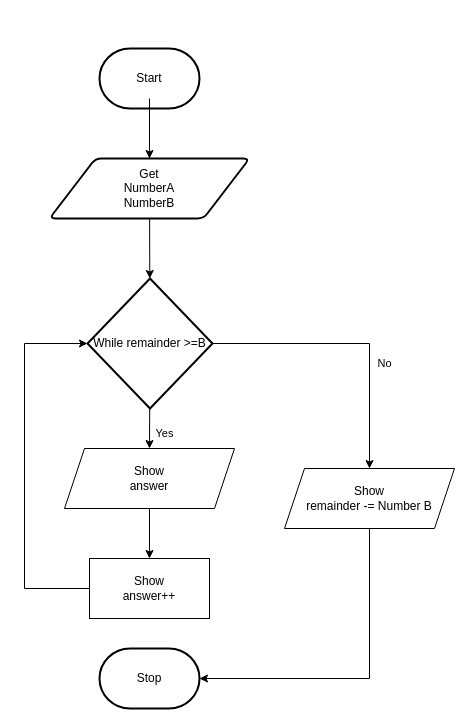
MTHS-ICS2O-2-2022/ICS2O-Unit-5-08-Lucas-Osmond keeps this draw.io diagram as design/flowchart.drawio. Above is the earlier version. Source tidied: cells renumbered, new cells numbered last; positions are measured from the earlier drawing's top-left corner, leaving out a move shared by most shapes. Both pictures are drawn from the tidied source at 100%, with x=0, y=0 at pixel (24, 48).
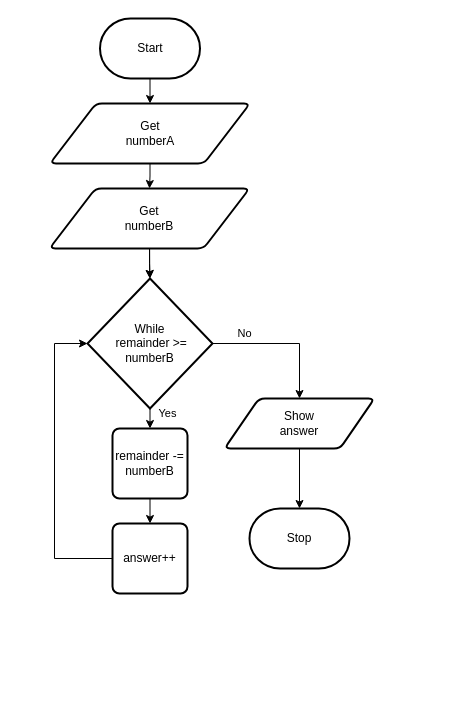
Above is the later version.

What changed in the source:
```diff
@@
-    <mxCell id="2" style="edgeStyle=orthogonalEdgeStyle;html=1;rounded=0;" parent="1" edge="1" source="3">
-      <mxGeometry relative="1" as="geometry">
-        <mxPoint x="125" y="150" as="targetPoint" />
-      </mxGeometry>
-    </mxCell>
+    <mxCell id="19" style="edgeStyle=orthogonalEdgeStyle;rounded=0;html=1;entryX=0.5;entryY=0;entryDx=0;entryDy=0;" parent="1" edge="1" source="3" target="7">
+      <mxGeometry relative="1" as="geometry" />
+    </mxCell>
     <mxCell id="3" value="Start" style="strokeWidth=2;html=1;shape=mxgraph.flowchart.terminator;whiteSpace=wrap;" parent="1" vertex="1">
-      <mxGeometry x="75" width="100" height="60" as="geometry" />
+      <mxGeometry x="75.5" y="-30" width="100" height="60" as="geometry" />
     </mxCell>
-    <mxCell id="4" style="edgeStyle=none;html=1;" parent="1" edge="1" target="7">
-      <mxGeometry relative="1" as="geometry">
-        <mxPoint x="125" y="50" as="sourcePoint" />
-      </mxGeometry>
-    </mxCell>
     <mxCell id="5" value="Stop" style="strokeWidth=2;html=1;shape=mxgraph.flowchart.terminator;whiteSpace=wrap;" parent="1" vertex="1">
-      <mxGeometry x="75" y="600" width="100" height="60" as="geometry" />
+      <mxGeometry x="225" y="460" width="100" height="60" as="geometry" />
     </mxCell>
-    <mxCell id="6" style="edgeStyle=none;html=1;" parent="1" edge="1" source="7" target="10">
+    <mxCell id="6" style="edgeStyle=none;html=1;startArrow=none;" parent="1" edge="1" source="22" target="10">
       <mxGeometry relative="1" as="geometry" />
     </mxCell>
+    <mxCell id="20" style="edgeStyle=orthogonalEdgeStyle;rounded=0;html=1;" parent="1" edge="1" source="7" target="22">
+      <mxGeometry relative="1" as="geometry" />
+    </mxCell>
-    <mxCell id="7" value="Get&lt;br&gt;NumberA&lt;br&gt;NumberB" style="shape=parallelogram;html=1;strokeWidth=2;perimeter=parallelogramPerimeter;whiteSpace=wrap;rounded=1;arcSize=12;size=0.23;" parent="1" vertex="1">
-      <mxGeometry x="25" y="110" width="200" height="60" as="geometry" />
+    <mxCell id="7" value="Get&lt;br&gt;numberA" style="shape=parallelogram;html=1;strokeWidth=2;perimeter=parallelogramPerimeter;whiteSpace=wrap;rounded=1;arcSize=12;size=0.23;" parent="1" vertex="1">
+      <mxGeometry x="25.5" y="55" width="200" height="60" as="geometry" />
     </mxCell>
-    <mxCell id="8" style="html=1;entryX=0.5;entryY=0;entryDx=0;entryDy=0;edgeStyle=orthogonalEdgeStyle;rounded=0;" parent="1" edge="1" source="10" target="14">
+    <mxCell id="8" style="html=1;entryX=0.5;entryY=0;entryDx=0;entryDy=0;edgeStyle=orthogonalEdgeStyle;rounded=0;" parent="1" edge="1" source="10" target="18">
       <mxGeometry relative="1" as="geometry" />
     </mxCell>
-    <mxCell id="9" style="edgeStyle=none;html=1;entryX=0.5;entryY=0;entryDx=0;entryDy=0;" parent="1" edge="1" source="10" target="18">
+    <mxCell id="9" style="edgeStyle=none;html=1;entryX=0.5;entryY=0;entryDx=0;entryDy=0;" parent="1" edge="1" source="10" target="24">
       <mxGeometry relative="1" as="geometry" />
     </mxCell>
-    <mxCell id="10" value="While remainder &amp;gt;=B" style="strokeWidth=2;html=1;shape=mxgraph.flowchart.decision;whiteSpace=wrap;" parent="1" vertex="1">
+    <mxCell id="10" value="While&lt;br&gt;&amp;nbsp;remainder &amp;gt;=&lt;br&gt;numberB" style="strokeWidth=2;html=1;shape=mxgraph.flowchart.decision;whiteSpace=wrap;" parent="1" vertex="1">
       <mxGeometry x="63" y="230" width="125" height="130" as="geometry" />
     </mxCell>
-    <mxCell id="11" style="edgeStyle=orthogonalEdgeStyle;html=1;rounded=0;entryX=0;entryY=0.5;entryDx=0;entryDy=0;entryPerimeter=0;" parent="1" edge="1" source="12" target="10">
-      <mxGeometry relative="1" as="geometry">
-        <Array as="points">
-          <mxPoint y="540" />
-          <mxPoint y="295" />
-        </Array>
-      </mxGeometry>
-    </mxCell>
-    <mxCell id="12" value="Show&lt;br&gt;answer++" style="rounded=0;whiteSpace=wrap;html=1;" parent="1" vertex="1">
-      <mxGeometry x="65" y="510" width="120" height="60" as="geometry" />
-    </mxCell>
-    <mxCell id="13" style="edgeStyle=orthogonalEdgeStyle;html=1;entryX=1;entryY=0.5;entryDx=0;entryDy=0;entryPerimeter=0;rounded=0;" parent="1" edge="1" source="14" target="5">
-      <mxGeometry relative="1" as="geometry">
-        <Array as="points">
-          <mxPoint x="345" y="630" />
-        </Array>
-      </mxGeometry>
-    </mxCell>
-    <mxCell id="14" value="Show&lt;br&gt;remainder -= Number B" style="shape=parallelogram;perimeter=parallelogramPerimeter;whiteSpace=wrap;html=1;fixedSize=1;" parent="1" vertex="1">
-      <mxGeometry x="260" y="420" width="170" height="60" as="geometry" />
-    </mxCell>
     <mxCell id="15" value="Yes" style="text;html=1;align=center;verticalAlign=middle;strokeColor=none;fillColor=none;fontSize=11;fontFamily=Helvetica;fontColor=default;" parent="1" vertex="1">
-      <mxGeometry x="120" y="370" width="40" height="30" as="geometry" />
+      <mxGeometry x="123" y="350" width="40" height="30" as="geometry" />
     </mxCell>
     <mxCell id="16" value="No" style="text;html=1;align=center;verticalAlign=middle;strokeColor=none;fillColor=none;fontSize=11;fontFamily=Helvetica;fontColor=default;" parent="1" vertex="1">
-      <mxGeometry x="340" y="300" width="40" height="30" as="geometry" />
+      <mxGeometry x="200" y="270" width="40" height="30" as="geometry" />
     </mxCell>
-    <mxCell id="17" style="edgeStyle=none;html=1;" parent="1" edge="1" source="18" target="12">
-      <mxGeometry relative="1" as="geometry" />
-    </mxCell>
+    <mxCell id="21" style="edgeStyle=orthogonalEdgeStyle;rounded=0;html=1;" parent="1" edge="1" source="22" target="10">
+      <mxGeometry relative="1" as="geometry" />
+    </mxCell>
+    <mxCell id="22" value="Get&lt;br&gt;numberB" style="shape=parallelogram;html=1;strokeWidth=2;perimeter=parallelogramPerimeter;whiteSpace=wrap;rounded=1;arcSize=12;size=0.23;" parent="1" vertex="1">
+      <mxGeometry x="25" y="140" width="200" height="60" as="geometry" />
+    </mxCell>
+    <mxCell id="23" style="edgeStyle=orthogonalEdgeStyle;rounded=0;html=1;entryX=0.5;entryY=0;entryDx=0;entryDy=0;" parent="1" edge="1" source="24" target="27">
+      <mxGeometry relative="1" as="geometry" />
+    </mxCell>
+    <mxCell id="24" value="remainder -= numberB" style="rounded=1;whiteSpace=wrap;html=1;absoluteArcSize=1;arcSize=14;strokeWidth=2;" parent="1" vertex="1">
+      <mxGeometry x="88" y="380" width="75" height="70" as="geometry" />
+    </mxCell>
+    <mxCell id="25" style="edgeStyle=orthogonalEdgeStyle;rounded=0;html=1;" parent="1" edge="1" source="18" target="5">
+      <mxGeometry relative="1" as="geometry" />
+    </mxCell>
-    <mxCell id="18" value="Show&lt;br&gt;answer" style="shape=parallelogram;perimeter=parallelogramPerimeter;whiteSpace=wrap;html=1;fixedSize=1;" parent="1" vertex="1">
-      <mxGeometry x="40" y="400" width="170" height="60" as="geometry" />
+    <mxCell id="18" value="Show&lt;br&gt;answer" style="shape=parallelogram;html=1;strokeWidth=2;perimeter=parallelogramPerimeter;whiteSpace=wrap;rounded=1;arcSize=12;size=0.23;" parent="1" vertex="1">
+      <mxGeometry x="200" y="350" width="150" height="50" as="geometry" />
     </mxCell>
+    <mxCell id="26" style="edgeStyle=orthogonalEdgeStyle;rounded=0;html=1;entryX=0;entryY=0.5;entryDx=0;entryDy=0;entryPerimeter=0;" parent="1" edge="1" source="27" target="10">
+      <mxGeometry relative="1" as="geometry">
+        <Array as="points">
+          <mxPoint x="30" y="510" />
+          <mxPoint x="30" y="295" />
+        </Array>
+      </mxGeometry>
+    </mxCell>
+    <mxCell id="27" value="answer++" style="rounded=1;whiteSpace=wrap;html=1;absoluteArcSize=1;arcSize=14;strokeWidth=2;" parent="1" vertex="1">
+      <mxGeometry x="88" y="475" width="75" height="70" as="geometry" />
+    </mxCell>
```
